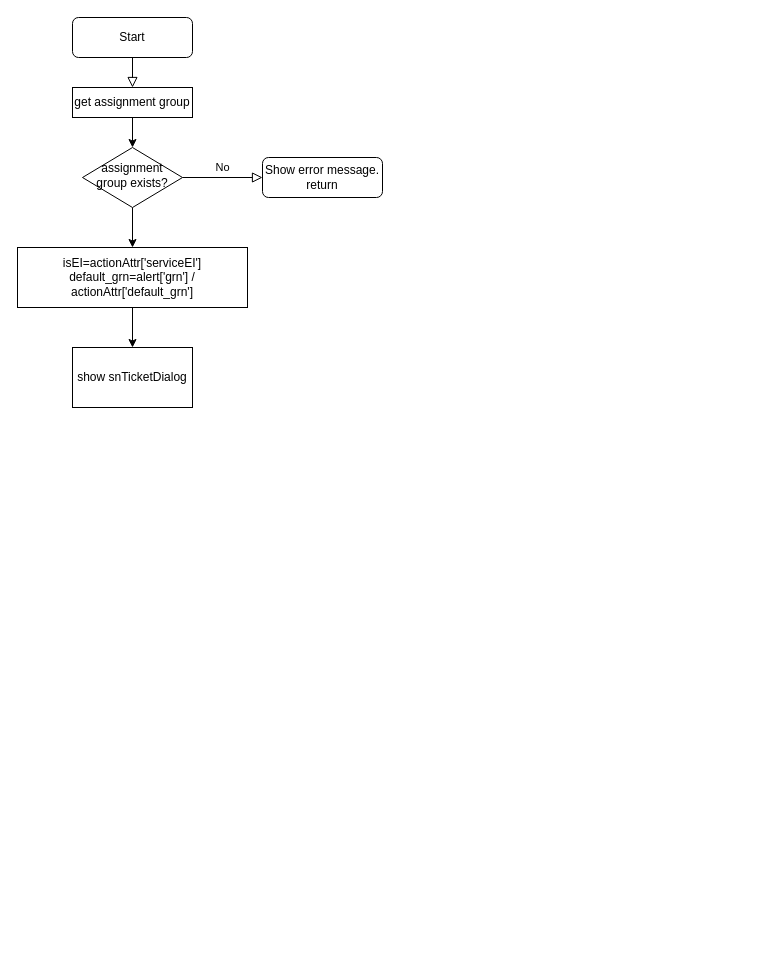
laohuw/pdf keeps this draw.io diagram as Untitled Diagram.drawio. Above is the earlier version. Source tidied: cells renumbered, new cells numbered last; positions are measured from the earlier drawing's top-left corner, leaving out a move shared by most shapes. Both pictures are drawn from the tidied source at 100%, with x=0, y=0 at pixel (17, 17).
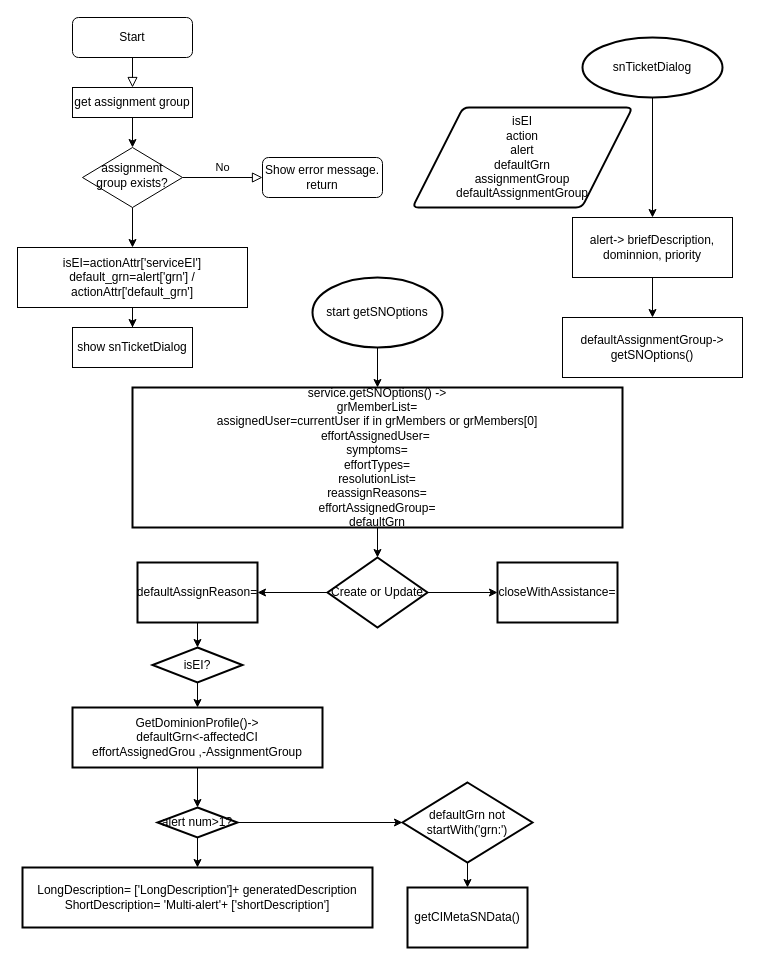
The same page after the edit.

The edit, as a diff of the source:
```diff
@@
     <mxCell id="12" value="show snTicketDialog" style="rounded=0;whiteSpace=wrap;html=1;" parent="1" vertex="1">
-      <mxGeometry x="55" y="330" width="120" height="60" as="geometry" />
+      <mxGeometry x="55" y="310" width="120" height="40" as="geometry" />
     </mxCell>
+    <mxCell id="13" value="snTicketDialog" style="strokeWidth=2;html=1;shape=mxgraph.flowchart.start_1;whiteSpace=wrap;" parent="1" vertex="1">
+      <mxGeometry x="565" y="20" width="140" height="60" as="geometry" />
+    </mxCell>
+    <mxCell id="14" value="&lt;span&gt;isEI&lt;/span&gt;&lt;br&gt;&lt;span&gt;action&lt;/span&gt;&lt;br&gt;&lt;span&gt;alert&lt;/span&gt;&lt;br&gt;&lt;span&gt;defaultGrn&lt;/span&gt;&lt;br&gt;&lt;span&gt;assignmentGroup&lt;/span&gt;&lt;br&gt;&lt;span&gt;defaultAssignmentGroup&lt;/span&gt;" style="shape=parallelogram;html=1;strokeWidth=2;perimeter=parallelogramPerimeter;whiteSpace=wrap;rounded=1;arcSize=12;size=0.23;" parent="1" vertex="1">
+      <mxGeometry x="395" y="90" width="220" height="100" as="geometry" />
+    </mxCell>
+    <mxCell id="15" style="edgeStyle=orthogonalEdgeStyle;rounded=0;jettySize=auto;html=1;" parent="1" edge="1" source="16" target="18">
+      <mxGeometry relative="1" as="geometry" />
+    </mxCell>
+    <mxCell id="16" value="alert-&amp;gt; briefDescription, dominnion, priority" style="rounded=0;whiteSpace=wrap;html=1;" parent="1" vertex="1">
+      <mxGeometry x="555" y="200" width="160" height="60" as="geometry" />
+    </mxCell>
+    <mxCell id="17" style="endArrow=classic;html=1;entryX=0.5;entryY=0;entryDx=0;entryDy=0;" parent="1" edge="1" source="13" target="16">
+      <mxGeometry relative="1" as="geometry" />
+    </mxCell>
+    <mxCell id="18" value="defaultAssignmentGroup-&amp;gt;&lt;br&gt;getSNOptions()" style="rounded=0;whiteSpace=wrap;html=1;" parent="1" vertex="1">
+      <mxGeometry x="545" y="300" width="180" height="60" as="geometry" />
+    </mxCell>
+    <mxCell id="19" style="edgeStyle=orthogonalEdgeStyle;rounded=0;jettySize=auto;html=1;" parent="1" edge="1" source="20" target="22">
+      <mxGeometry relative="1" as="geometry" />
+    </mxCell>
+    <mxCell id="20" value="start getSNOptions" style="strokeWidth=2;html=1;shape=mxgraph.flowchart.start_1;whiteSpace=wrap;" parent="1" vertex="1">
+      <mxGeometry x="295" y="260" width="130" height="70" as="geometry" />
+    </mxCell>
+    <mxCell id="21" style="edgeStyle=orthogonalEdgeStyle;rounded=0;jettySize=auto;html=1;" parent="1" edge="1" source="22" target="25">
+      <mxGeometry relative="1" as="geometry" />
+    </mxCell>
+    <mxCell id="22" value="service.getSNOptions() -&amp;gt;&lt;br&gt;grMemberList=&lt;br&gt;assignedUser=currentUser if in grMembers or grMembers[0]&lt;br&gt;effortAssignedUser=&amp;nbsp;&lt;br&gt;symptoms=&lt;br&gt;effortTypes=&lt;br&gt;resolutionList=&lt;br&gt;reassignReasons=&lt;br&gt;effortAssignedGroup=&lt;br&gt;defaultGrn" style="whiteSpace=wrap;html=1;strokeWidth=2;" parent="1" vertex="1">
+      <mxGeometry x="115" y="370" width="490" height="140" as="geometry" />
+    </mxCell>
+    <mxCell id="23" style="edgeStyle=orthogonalEdgeStyle;rounded=0;jettySize=auto;html=1;" parent="1" edge="1" source="25" target="27">
+      <mxGeometry relative="1" as="geometry" />
+    </mxCell>
+    <mxCell id="24" style="edgeStyle=orthogonalEdgeStyle;rounded=0;jettySize=auto;html=1;" parent="1" edge="1" source="25" target="28">
+      <mxGeometry relative="1" as="geometry" />
+    </mxCell>
+    <mxCell id="25" value="Create or Update" style="strokeWidth=2;html=1;shape=mxgraph.flowchart.decision;whiteSpace=wrap;" parent="1" vertex="1">
+      <mxGeometry x="310" y="540" width="100" height="70" as="geometry" />
+    </mxCell>
+    <mxCell id="26" style="edgeStyle=orthogonalEdgeStyle;rounded=0;jettySize=auto;html=1;" parent="1" edge="1" source="27" target="30">
+      <mxGeometry relative="1" as="geometry" />
+    </mxCell>
+    <mxCell id="27" value="defaultAssignReason=" style="whiteSpace=wrap;html=1;strokeWidth=2;" parent="1" vertex="1">
+      <mxGeometry x="120" y="545" width="120" height="60" as="geometry" />
+    </mxCell>
+    <mxCell id="28" value="closeWithAssistance=" style="whiteSpace=wrap;html=1;strokeWidth=2;" parent="1" vertex="1">
+      <mxGeometry x="480" y="545" width="120" height="60" as="geometry" />
+    </mxCell>
+    <mxCell id="29" style="edgeStyle=orthogonalEdgeStyle;rounded=0;jettySize=auto;html=1;" parent="1" edge="1" source="30" target="32">
+      <mxGeometry relative="1" as="geometry" />
+    </mxCell>
+    <mxCell id="30" value="isEI?" style="rhombus;whiteSpace=wrap;html=1;strokeWidth=2;" parent="1" vertex="1">
+      <mxGeometry x="135" y="630" width="90" height="35" as="geometry" />
+    </mxCell>
+    <mxCell id="31" style="edgeStyle=orthogonalEdgeStyle;rounded=0;jettySize=auto;html=1;" parent="1" edge="1" source="32" target="35">
+      <mxGeometry relative="1" as="geometry" />
+    </mxCell>
+    <mxCell id="32" value="GetDominionProfile()-&amp;gt;&lt;br&gt;defaultGrn&amp;lt;-affectedCI&lt;br&gt;effortAssignedGrou ,-AssignmentGroup&lt;br&gt;" style="whiteSpace=wrap;html=1;strokeWidth=2;" parent="1" vertex="1">
+      <mxGeometry x="55" y="690" width="250" height="60" as="geometry" />
+    </mxCell>
+    <mxCell id="33" style="edgeStyle=orthogonalEdgeStyle;rounded=0;jettySize=auto;html=1;" parent="1" edge="1" source="35" target="36">
+      <mxGeometry relative="1" as="geometry" />
+    </mxCell>
+    <mxCell id="34" style="edgeStyle=orthogonalEdgeStyle;rounded=0;jettySize=auto;html=1;" parent="1" edge="1" source="35" target="38">
+      <mxGeometry relative="1" as="geometry" />
+    </mxCell>
+    <mxCell id="35" value="alert num&amp;gt;1?" style="rhombus;whiteSpace=wrap;html=1;strokeWidth=2;" parent="1" vertex="1">
+      <mxGeometry x="140" y="790" width="80" height="30" as="geometry" />
+    </mxCell>
+    <mxCell id="36" value="LongDescription= ['LongDescription']+ generatedDescription&lt;br&gt;ShortDescription= 'Multi-alert'+ ['shortDescription']" style="whiteSpace=wrap;html=1;strokeWidth=2;" parent="1" vertex="1">
+      <mxGeometry x="5" y="850" width="350" height="60" as="geometry" />
+    </mxCell>
+    <mxCell id="37" style="edgeStyle=orthogonalEdgeStyle;rounded=0;jettySize=auto;html=1;" parent="1" edge="1" source="38" target="39">
+      <mxGeometry relative="1" as="geometry" />
+    </mxCell>
+    <mxCell id="38" value="defaultGrn not startWith('grn:')" style="rhombus;whiteSpace=wrap;html=1;strokeWidth=2;" parent="1" vertex="1">
+      <mxGeometry x="385" y="765" width="130" height="80" as="geometry" />
+    </mxCell>
+    <mxCell id="39" value="getCIMetaSNData()" style="whiteSpace=wrap;html=1;strokeWidth=2;" parent="1" vertex="1">
+      <mxGeometry x="390" y="870" width="120" height="60" as="geometry" />
+    </mxCell>
```
